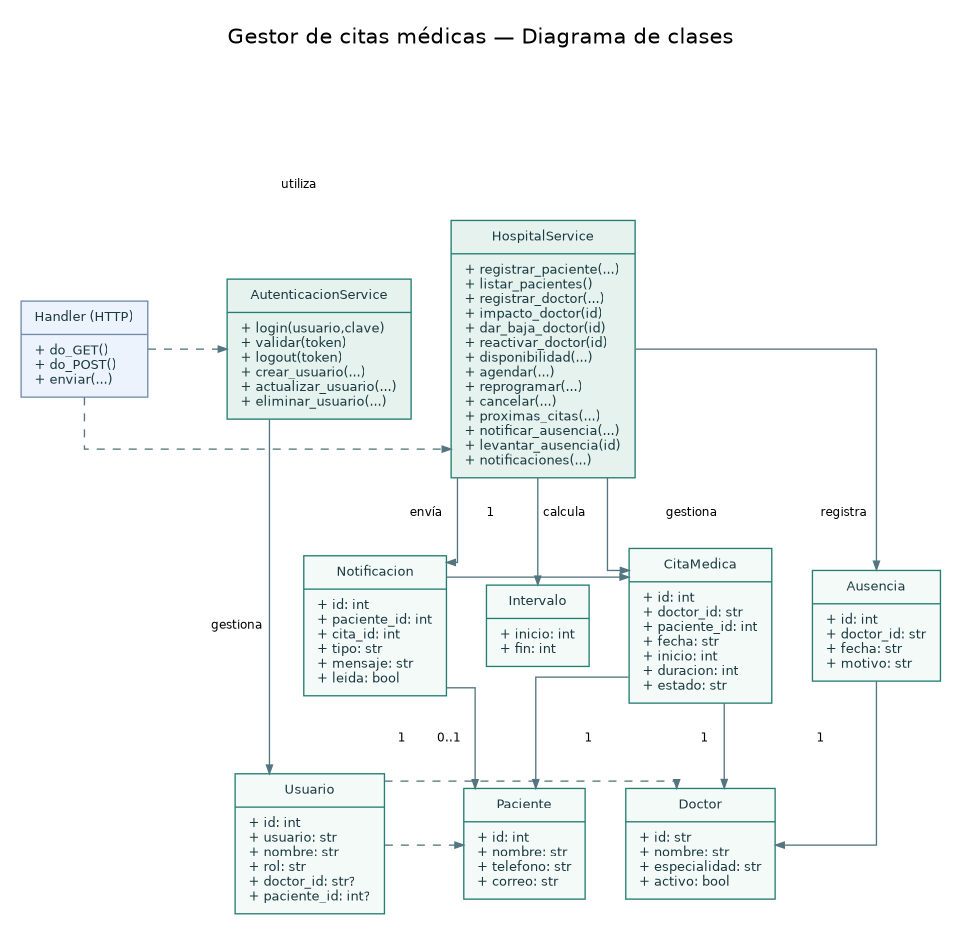
Earlier version of the Graphviz export docs/diagrama_clases_mvp.png (luisgabrielrosas4-glitch/Gestor_Hospital). Its source is kept beside it as docs/diagrama_clases_mvp.dot.
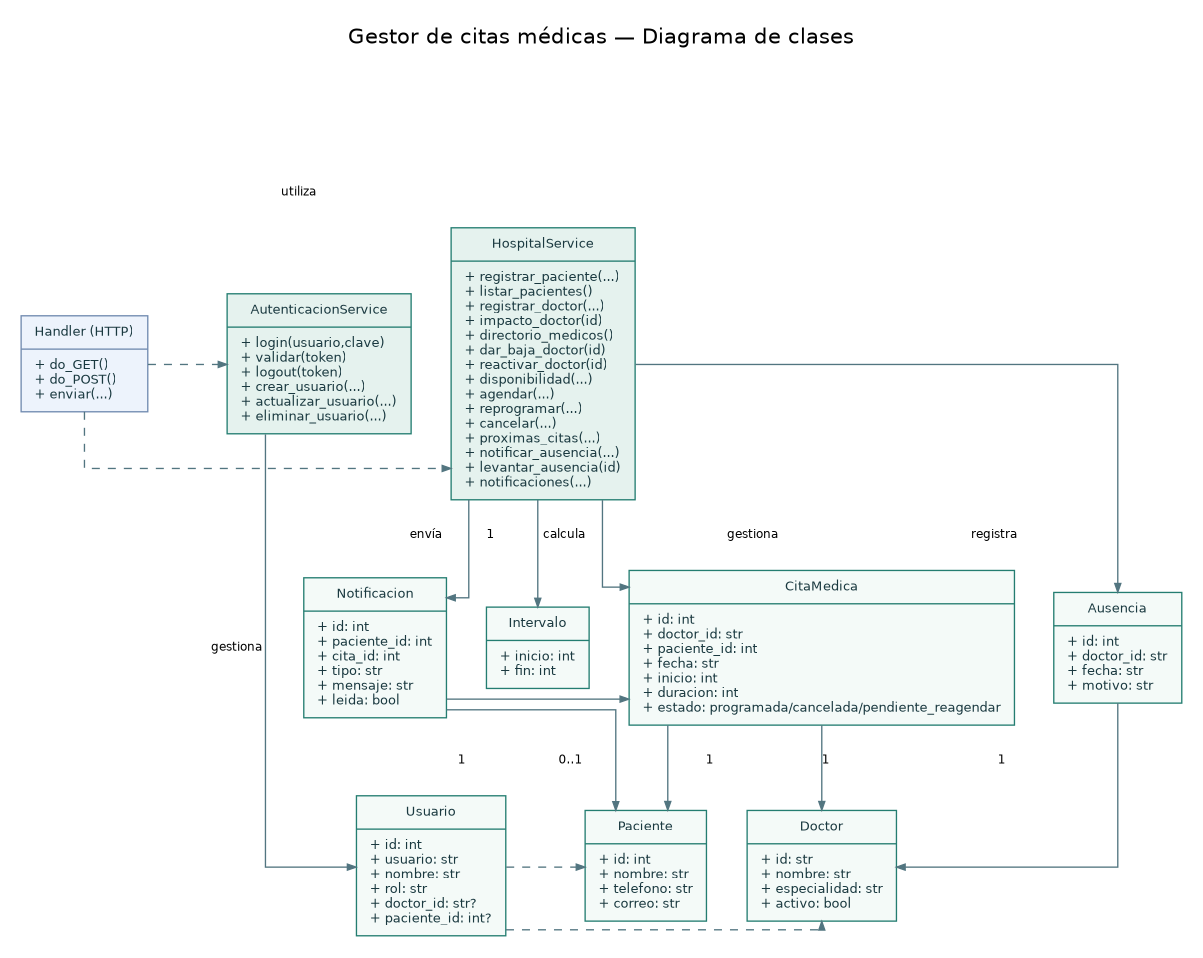
The same file after the commit.

Diff of the diagram source:
```diff
@@ -9,12 +9,12 @@
   Usuario [label="{Usuario|+ id: int\l+ usuario: str\l+ nombre: str\l+ rol: str\l+ doctor_id: str?\l+ paciente_id: int?\l}"];
   Doctor [label="{Doctor|+ id: str\l+ nombre: str\l+ especialidad: str\l+ activo: bool\l}"];
   Paciente [label="{Paciente|+ id: int\l+ nombre: str\l+ telefono: str\l+ correo: str\l}"];
-  CitaMedica [label="{CitaMedica|+ id: int\l+ doctor_id: str\l+ paciente_id: int\l+ fecha: str\l+ inicio: int\l+ duracion: int\l+ estado: str\l}"];
+  CitaMedica [label="{CitaMedica|+ id: int\l+ doctor_id: str\l+ paciente_id: int\l+ fecha: str\l+ inicio: int\l+ duracion: int\l+ estado: programada/cancelada/pendiente_reagendar\l}"];
   Ausencia [label="{Ausencia|+ id: int\l+ doctor_id: str\l+ fecha: str\l+ motivo: str\l}"];
   Notificacion [label="{Notificacion|+ id: int\l+ paciente_id: int\l+ cita_id: int\l+ tipo: str\l+ mensaje: str\l+ leida: bool\l}"];
   Intervalo [label="{Intervalo|+ inicio: int\l+ fin: int\l}"];
   AutenticacionService [fillcolor="#e5f2ee",label="{AutenticacionService|+ login(usuario,clave)\l+ validar(token)\l+ logout(token)\l+ crear_usuario(...)\l+ actualizar_usuario(...)\l+ eliminar_usuario(...)\l}"];
-  HospitalService [fillcolor="#e5f2ee",label="{HospitalService|+ registrar_paciente(...)\l+ listar_pacientes()\l+ registrar_doctor(...)\l+ impacto_doctor(id)\l+ dar_baja_doctor(id)\l+ reactivar_doctor(id)\l+ disponibilidad(...)\l+ agendar(...)\l+ reprogramar(...)\l+ cancelar(...)\l+ proximas_citas(...)\l+ notificar_ausencia(...)\l+ levantar_ausencia(id)\l+ notificaciones(...)\l}"];
+  HospitalService [fillcolor="#e5f2ee",label="{HospitalService|+ registrar_paciente(...)\l+ listar_pacientes()\l+ registrar_doctor(...)\l+ impacto_doctor(id)\l+ directorio_medicos()\l+ dar_baja_doctor(id)\l+ reactivar_doctor(id)\l+ disponibilidad(...)\l+ agendar(...)\l+ reprogramar(...)\l+ cancelar(...)\l+ proximas_citas(...)\l+ notificar_ausencia(...)\l+ levantar_ausencia(id)\l+ notificaciones(...)\l}"];
   Handler [fillcolor="#edf3fc",color="#718bb0",label="{Handler (HTTP)|+ do_GET()\l+ do_POST()\l+ enviar(...)\l}"];
 
   {rank=same; Usuario; Doctor; Paciente;}
```
